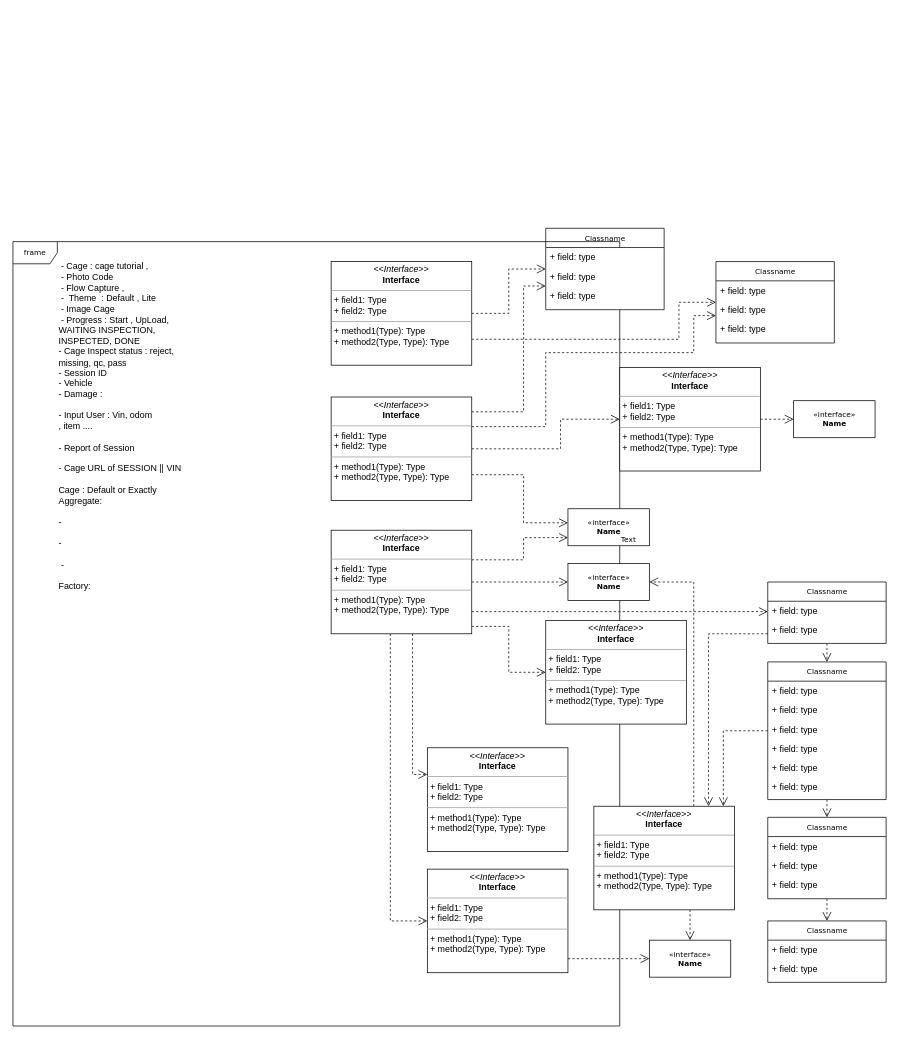
Before: Untitled Diagram.drawio in hoangduongpt/Particle, a draw.io diagram. Source tidied: cells renumbered, new cells numbered last; positions are measured from the earlier drawing's top-left corner, leaving out a move shared by most shapes. Both pictures are drawn from the tidied source at 74%, with x=0, y=0 at pixel (13, 228).
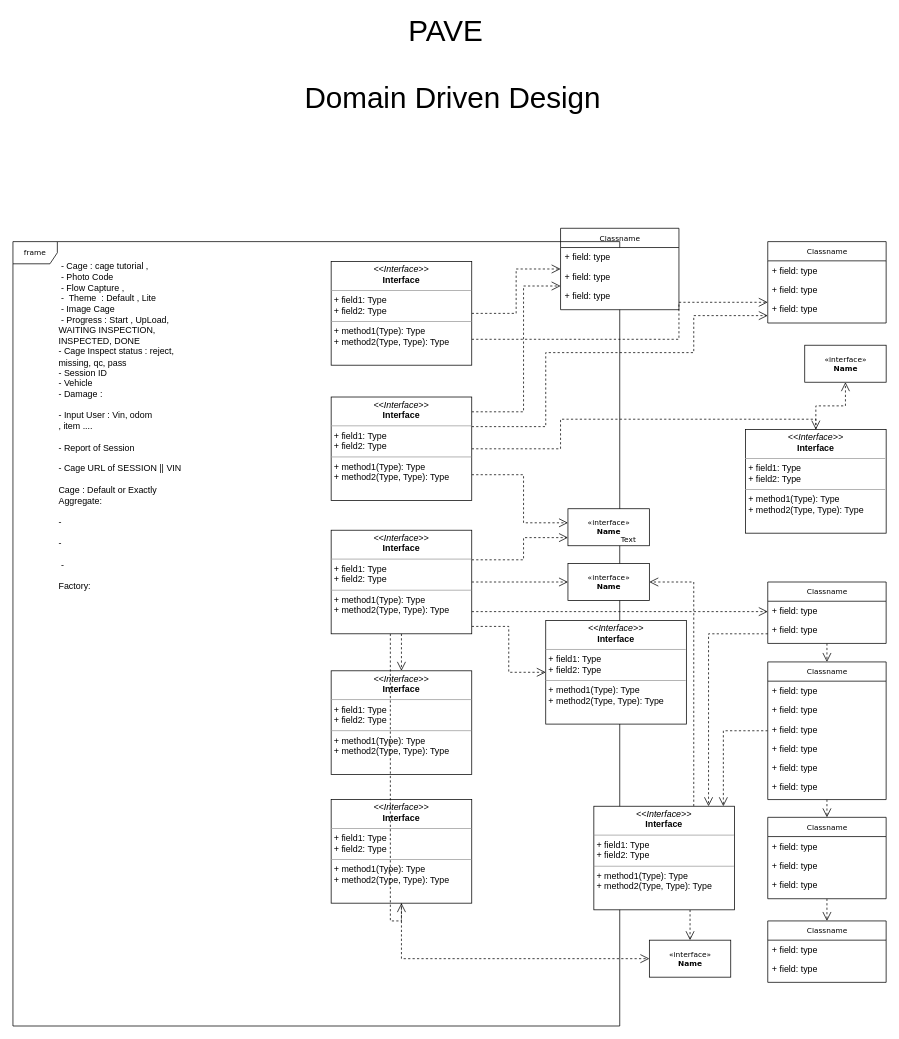
The same diagram, later.

Change to the diagram source:
```diff
@@
     <mxCell id="12" value="Classname" style="swimlane;html=1;fontStyle=0;horizontal=1;startSize=26;fillColor=none;swimlaneFillColor=#ffffff;rounded=0;shadow=0;comic=0;labelBackgroundColor=none;strokeWidth=1;fontFamily=Verdana;fontSize=10;align=center;" parent="1" vertex="1">
-      <mxGeometry x="720" width="160" height="110" as="geometry" />
+      <mxGeometry x="740" width="160" height="110" as="geometry" />
     </mxCell>
@@
     <mxCell id="16" value="Classname" style="swimlane;html=1;fontStyle=0;horizontal=1;startSize=26;fillColor=none;swimlaneFillColor=#ffffff;rounded=0;shadow=0;comic=0;labelBackgroundColor=none;strokeWidth=1;fontFamily=Verdana;fontSize=10;align=center;" parent="1" vertex="1">
-      <mxGeometry x="950" y="45" width="160" height="110" as="geometry" />
+      <mxGeometry x="1020" y="18" width="160" height="110" as="geometry" />
     </mxCell>
@@
     <mxCell id="38" value="&lt;p style=&quot;margin:0px;margin-top:4px;text-align:center;&quot;&gt;&lt;i&gt;&amp;lt;&amp;lt;Interface&amp;gt;&amp;gt;&lt;/i&gt;&lt;br/&gt;&lt;b&gt;Interface&lt;/b&gt;&lt;/p&gt;&lt;hr size=&quot;1&quot;/&gt;&lt;p style=&quot;margin:0px;margin-left:4px;&quot;&gt;+ field1: Type&lt;br/&gt;+ field2: Type&lt;/p&gt;&lt;hr size=&quot;1&quot;/&gt;&lt;p style=&quot;margin:0px;margin-left:4px;&quot;&gt;+ method1(Type): Type&lt;br/&gt;+ method2(Type, Type): Type&lt;/p&gt;" style="verticalAlign=top;align=left;overflow=fill;fontSize=12;fontFamily=Helvetica;html=1;rounded=0;shadow=0;comic=0;labelBackgroundColor=none;strokeWidth=1;" parent="1" vertex="1">
-      <mxGeometry x="560" y="866" width="190" height="140" as="geometry" />
+      <mxGeometry x="430" y="772" width="190" height="140" as="geometry" />
     </mxCell>
     <mxCell id="39" value="&lt;p style=&quot;margin:0px;margin-top:4px;text-align:center;&quot;&gt;&lt;i&gt;&amp;lt;&amp;lt;Interface&amp;gt;&amp;gt;&lt;/i&gt;&lt;br/&gt;&lt;b&gt;Interface&lt;/b&gt;&lt;/p&gt;&lt;hr size=&quot;1&quot;/&gt;&lt;p style=&quot;margin:0px;margin-left:4px;&quot;&gt;+ field1: Type&lt;br/&gt;+ field2: Type&lt;/p&gt;&lt;hr size=&quot;1&quot;/&gt;&lt;p style=&quot;margin:0px;margin-left:4px;&quot;&gt;+ method1(Type): Type&lt;br/&gt;+ method2(Type, Type): Type&lt;/p&gt;" style="verticalAlign=top;align=left;overflow=fill;fontSize=12;fontFamily=Helvetica;html=1;rounded=0;shadow=0;comic=0;labelBackgroundColor=none;strokeWidth=1;" parent="1" vertex="1">
-      <mxGeometry x="560" y="702" width="190" height="140" as="geometry" />
+      <mxGeometry x="430" y="598" width="190" height="140" as="geometry" />
     </mxCell>
@@
     <mxCell id="43" value="&lt;p style=&quot;margin:0px;margin-top:4px;text-align:center;&quot;&gt;&lt;i&gt;&amp;lt;&amp;lt;Interface&amp;gt;&amp;gt;&lt;/i&gt;&lt;br/&gt;&lt;b&gt;Interface&lt;/b&gt;&lt;/p&gt;&lt;hr size=&quot;1&quot;/&gt;&lt;p style=&quot;margin:0px;margin-left:4px;&quot;&gt;+ field1: Type&lt;br/&gt;+ field2: Type&lt;/p&gt;&lt;hr size=&quot;1&quot;/&gt;&lt;p style=&quot;margin:0px;margin-left:4px;&quot;&gt;+ method1(Type): Type&lt;br/&gt;+ method2(Type, Type): Type&lt;/p&gt;" style="verticalAlign=top;align=left;overflow=fill;fontSize=12;fontFamily=Helvetica;html=1;rounded=0;shadow=0;comic=0;labelBackgroundColor=none;strokeWidth=1;" parent="1" vertex="1">
-      <mxGeometry x="820" y="188" width="190" height="140" as="geometry" />
+      <mxGeometry x="990" y="272" width="190" height="140" as="geometry" />
     </mxCell>
@@
     <mxCell id="45" value="&amp;laquo;interface&amp;raquo;&lt;br&gt;&lt;b&gt;Name&lt;/b&gt;" style="html=1;rounded=0;shadow=0;comic=0;labelBackgroundColor=none;strokeWidth=1;fontFamily=Verdana;fontSize=10;align=center;" parent="1" vertex="1">
-      <mxGeometry x="1055" y="233" width="110" height="50" as="geometry" />
+      <mxGeometry x="1070" y="158" width="110" height="50" as="geometry" />
     </mxCell>
@@
+    <mxCell id="63" value="&lt;font style=&quot;font-size: 40px&quot;&gt;Domain Driven Design&amp;nbsp;&lt;/font&gt;" style="text;html=1;strokeColor=none;fillColor=none;align=center;verticalAlign=middle;whiteSpace=wrap;rounded=0;" parent="1" vertex="1">
+      <mxGeometry x="370" y="-192" width="460" height="30" as="geometry" />
+    </mxCell>
+    <mxCell id="64" value="PAVE" style="text;html=1;strokeColor=none;fillColor=none;align=center;verticalAlign=middle;whiteSpace=wrap;rounded=0;fontSize=40;" parent="1" vertex="1">
+      <mxGeometry x="430" y="-282" width="310" height="30" as="geometry" />
+    </mxCell>
```
